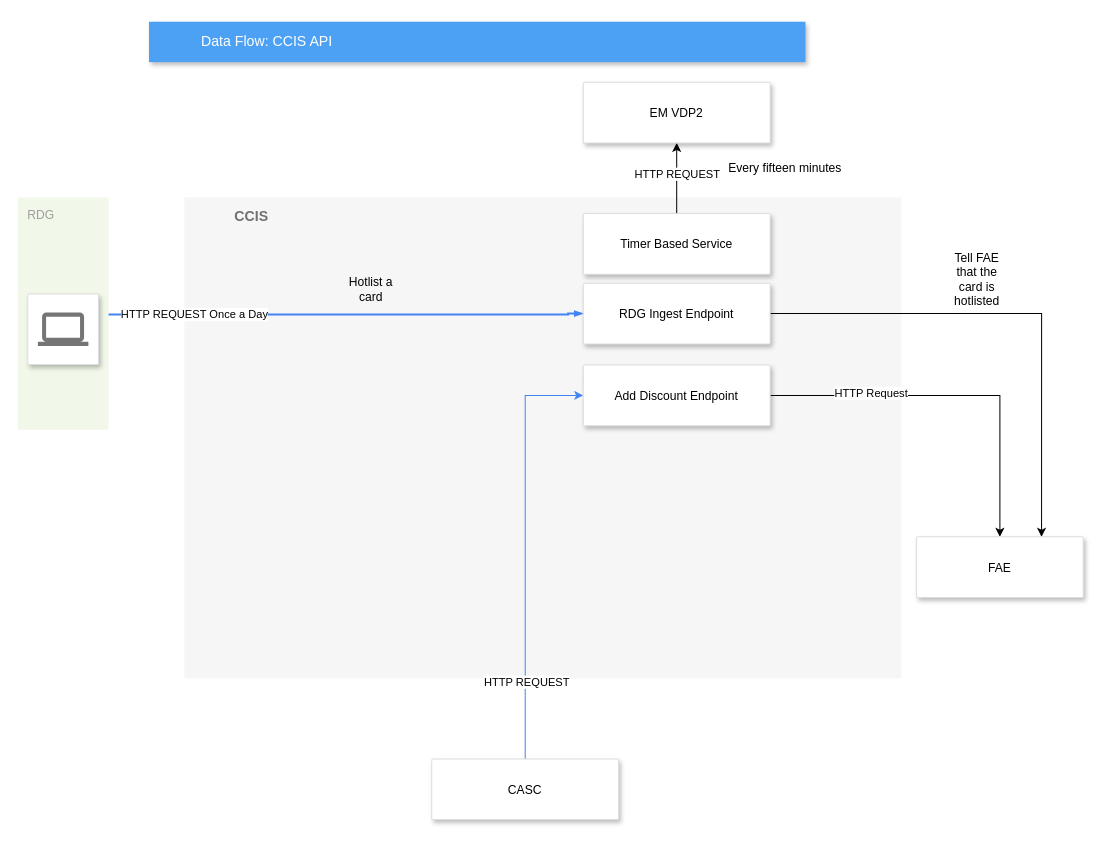
Above: CCIS-API.drawio in mattwatts36/drawings (draw.io), before the change. Source tidied: cells renumbered, new cells numbered last; positions are measured from the earlier drawing's top-left corner, leaving out a move shared by most shapes. Both pictures are drawn from the tidied source at 101%, with x=0, y=0 at pixel (17, 21).
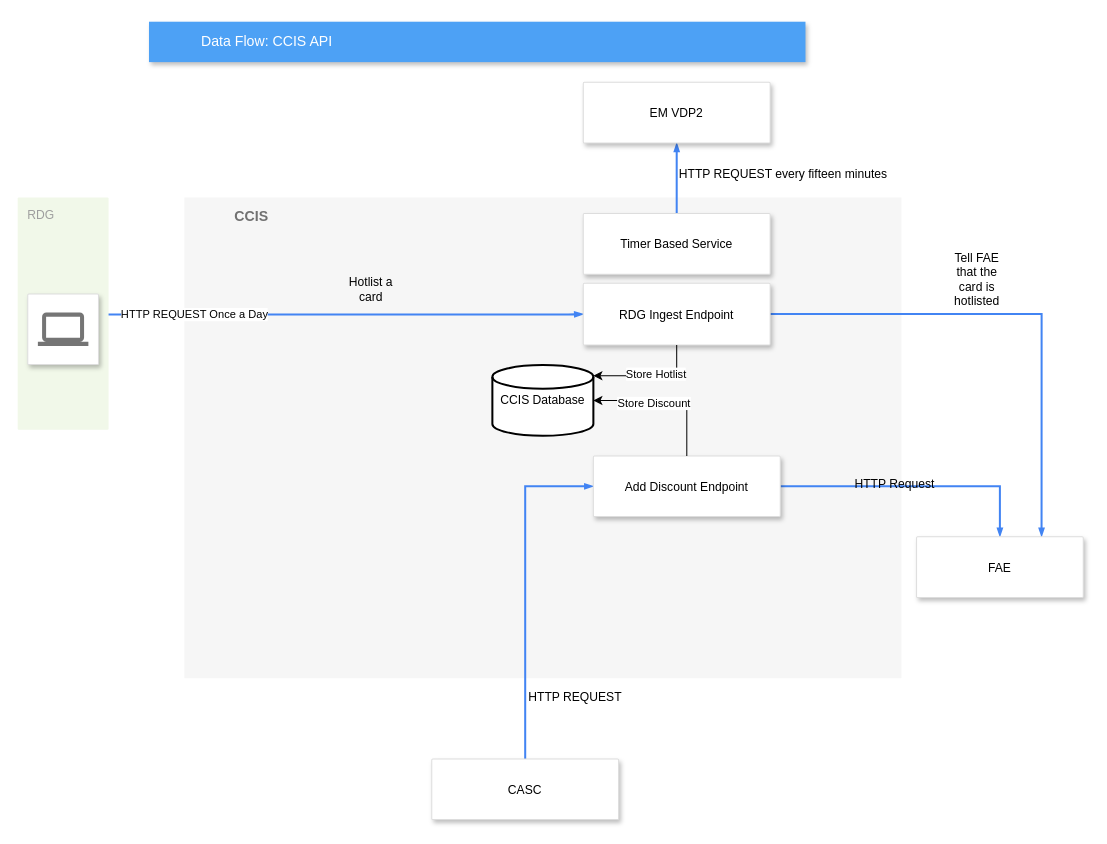
Above is the later version.

Unchanged cells that the change refers to:
```xml
<mxCell id="10" value="EM VDP2" style="strokeColor=#dddddd;shadow=1;strokeWidth=1;rounded=1;absoluteArcSize=1;arcSize=2;" parent="1" vertex="1">
  <mxGeometry x="560" y="60" width="185" height="60" as="geometry" />
</mxCell>
<mxCell id="13" value="CASC" style="strokeColor=#dddddd;shadow=1;strokeWidth=1;rounded=1;absoluteArcSize=1;arcSize=2;" parent="1" vertex="1">
  <mxGeometry x="410" y="730" width="185" height="60" as="geometry" />
</mxCell>
<mxCell id="21" value="FAE" style="strokeColor=#dddddd;shadow=1;strokeWidth=1;rounded=1;absoluteArcSize=1;arcSize=2;" parent="1" vertex="1">
  <mxGeometry x="890" y="510" width="165" height="60" as="geometry" />
</mxCell>
<mxCell id="25" value="Timer Based Service" style="strokeColor=#dddddd;shadow=1;strokeWidth=1;rounded=1;absoluteArcSize=1;arcSize=2;" parent="1" vertex="1">
  <mxGeometry x="560" y="190" width="185" height="60" as="geometry" />
</mxCell>
```

Diff of the diagram source:
```diff
@@
-    <mxCell id="6" style="edgeStyle=orthogonalEdgeStyle;rounded=0;jettySize=auto;html=1;entryX=0.5;entryY=1;entryDx=0;entryDy=0;exitX=0.5;exitY=0;exitDx=0;exitDy=0;" parent="1" edge="1" source="25" target="10">
+    <mxCell id="6" style="edgeStyle=orthogonalEdgeStyle;rounded=0;jettySize=auto;html=1;entryX=0.5;entryY=1;entryDx=0;entryDy=0;exitX=0.5;exitY=0;exitDx=0;exitDy=0;dashed=0;strokeColor=#4284F3;strokeWidth=2;align=left;verticalAlign=middle;fontFamily=Helvetica;fontSize=12;fontColor=#000000;labelBackgroundColor=none;elbow=vertical;startFill=1;startSize=4;endArrow=blockThin;endFill=1;endSize=4;" parent="1" edge="1" source="25" target="10">
       <mxGeometry relative="1" as="geometry" />
     </mxCell>
-    <mxCell id="7" value="HTTP REQUEST" style="edgeLabel;html=1;align=center;verticalAlign=middle;" parent="6" vertex="1">
+    <mxCell id="7" value="HTTP REQUEST every fifteen minutes" style="edgeLabel;html=1;align=left;verticalAlign=middle;rounded=0;dashed=0;strokeColor=#4284F3;strokeWidth=2;fontFamily=Helvetica;fontSize=12;fontColor=#000000;labelBackgroundColor=none;" parent="6" vertex="1">
       <mxGeometry x="0.15" relative="1" as="geometry" />
     </mxCell>
-    <mxCell id="8" style="edgeStyle=orthogonalEdgeStyle;rounded=0;jettySize=auto;html=1;entryX=0.75;entryY=0;entryDx=0;entryDy=0;" parent="1" edge="1" source="9" target="21">
+    <mxCell id="8" style="edgeStyle=orthogonalEdgeStyle;rounded=0;jettySize=auto;html=1;entryX=0.75;entryY=0;entryDx=0;entryDy=0;dashed=0;strokeColor=#4284F3;strokeWidth=2;align=left;verticalAlign=middle;fontFamily=Helvetica;fontSize=12;fontColor=#000000;labelBackgroundColor=none;elbow=vertical;startFill=1;startSize=4;endArrow=blockThin;endFill=1;endSize=4;" parent="1" edge="1" source="9" target="21">
       <mxGeometry relative="1" as="geometry" />
     </mxCell>
     <mxCell id="9" value="RDG Ingest Endpoint" style="strokeColor=#dddddd;shadow=1;strokeWidth=1;rounded=1;absoluteArcSize=1;arcSize=2;" parent="1" vertex="1">
-      <mxGeometry x="560" y="259" width="185" height="60" as="geometry" />
+      <mxGeometry x="560" y="259" width="185" height="61" as="geometry" />
     </mxCell>
@@
-    <mxCell id="11" style="edgeStyle=orthogonalEdgeStyle;rounded=0;jettySize=auto;html=1;entryX=0;entryY=0.5;entryDx=0;entryDy=0;strokeColor=#4284F3;" parent="1" edge="1" source="13" target="16">
+    <mxCell id="11" style="edgeStyle=orthogonalEdgeStyle;rounded=0;jettySize=auto;html=1;entryX=0;entryY=0.5;entryDx=0;entryDy=0;strokeColor=#4284F3;dashed=0;strokeWidth=2;align=left;verticalAlign=middle;fontFamily=Helvetica;fontSize=12;fontColor=#000000;labelBackgroundColor=none;elbow=vertical;startFill=1;startSize=4;endArrow=blockThin;endFill=1;endSize=4;" parent="1" edge="1" source="13" target="16">
       <mxGeometry relative="1" as="geometry" />
     </mxCell>
-    <mxCell id="12" value="HTTP REQUEST" style="edgeLabel;html=1;align=center;verticalAlign=middle;" parent="11" vertex="1">
+    <mxCell id="12" value="HTTP REQUEST" style="edgeLabel;html=1;align=left;verticalAlign=middle;rounded=0;dashed=0;strokeColor=#4284F3;strokeWidth=2;fontFamily=Helvetica;fontSize=12;fontColor=#000000;labelBackgroundColor=none;" parent="11" vertex="1">
       <mxGeometry x="-0.63" y="-1" relative="1" as="geometry" />
     </mxCell>
@@
-    <mxCell id="14" style="edgeStyle=orthogonalEdgeStyle;rounded=0;jettySize=auto;html=1;" parent="1" edge="1" source="16" target="21">
+    <mxCell id="14" style="edgeStyle=orthogonalEdgeStyle;rounded=0;jettySize=auto;html=1;dashed=0;strokeColor=#4284F3;strokeWidth=2;align=left;verticalAlign=middle;fontFamily=Helvetica;fontSize=12;fontColor=#000000;labelBackgroundColor=none;elbow=vertical;startFill=1;startSize=4;endArrow=blockThin;endFill=1;endSize=4;" parent="1" edge="1" source="16" target="21">
       <mxGeometry relative="1" as="geometry" />
     </mxCell>
-    <mxCell id="15" value="HTTP Request" style="edgeLabel;html=1;align=center;verticalAlign=middle;" parent="14" vertex="1">
+    <mxCell id="15" value="HTTP Request" style="edgeLabel;html=1;align=left;verticalAlign=middle;rounded=0;dashed=0;strokeColor=#4284F3;strokeWidth=2;fontFamily=Helvetica;fontSize=12;fontColor=#000000;labelBackgroundColor=none;" parent="14" vertex="1">
       <mxGeometry x="-0.46" y="3" relative="1" as="geometry" />
     </mxCell>
     <mxCell id="16" value="Add Discount Endpoint" style="strokeColor=#dddddd;shadow=1;strokeWidth=1;rounded=1;absoluteArcSize=1;arcSize=2;" parent="1" vertex="1">
-      <mxGeometry x="560" y="340" width="185" height="60" as="geometry" />
+      <mxGeometry x="570" y="430" width="185" height="60" as="geometry" />
     </mxCell>
@@
-    <mxCell id="24" value="Every fifteen minutes" style="text;html=1;align=center;verticalAlign=middle;whiteSpace=wrap;rounded=0;" parent="1" vertex="1">
-      <mxGeometry x="700" y="130" width="120" height="30" as="geometry" />
-    </mxCell>
@@
+    <mxCell id="26" value="CCIS Database" style="strokeWidth=2;html=1;shape=mxgraph.flowchart.database;whiteSpace=wrap;" parent="1" vertex="1">
+      <mxGeometry x="470" y="340" width="100" height="70" as="geometry" />
+    </mxCell>
+    <mxCell id="27" style="edgeStyle=orthogonalEdgeStyle;rounded=0;jettySize=auto;html=1;entryX=1;entryY=0.5;entryDx=0;entryDy=0;entryPerimeter=0;" parent="1" edge="1" source="16" target="26">
+      <mxGeometry relative="1" as="geometry" />
+    </mxCell>
+    <mxCell id="28" value="Store Discount" style="edgeLabel;html=1;align=center;verticalAlign=middle;" parent="27" vertex="1">
+      <mxGeometry x="0.2" y="2" relative="1" as="geometry">
+        <mxPoint x="1" as="offset" />
+      </mxGeometry>
+    </mxCell>
+    <mxCell id="29" style="edgeStyle=orthogonalEdgeStyle;rounded=0;jettySize=auto;html=1;entryX=1;entryY=0.15;entryDx=0;entryDy=0;entryPerimeter=0;" parent="1" edge="1" source="9" target="26">
+      <mxGeometry relative="1" as="geometry" />
+    </mxCell>
+    <mxCell id="30" value="Store Hotlist" style="edgeLabel;html=1;align=center;verticalAlign=middle;" parent="29" vertex="1">
+      <mxGeometry x="-0.08" y="-2" relative="1" as="geometry" />
+    </mxCell>
```
